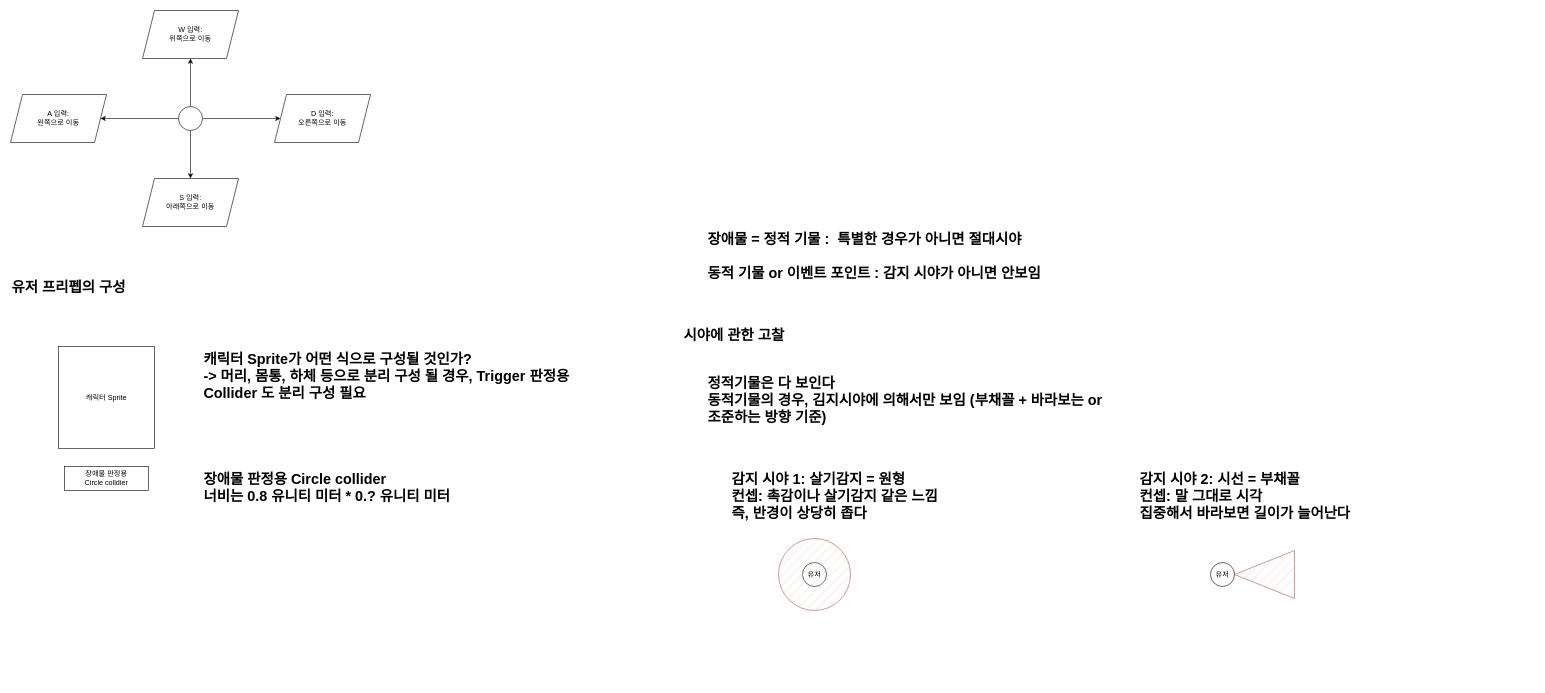
This is page "기본" (1 of 2) of documents/System_User.drawio from VanSubstance/To-the-North, a draw.io file, before an edit. Source tidied: cells renumbered, new cells numbered last; positions are measured from the earlier drawing's top-left corner, leaving out a move shared by most shapes. Both pictures are drawn from the tidied source at 60%, with x=0, y=0 at pixel (10, 10).
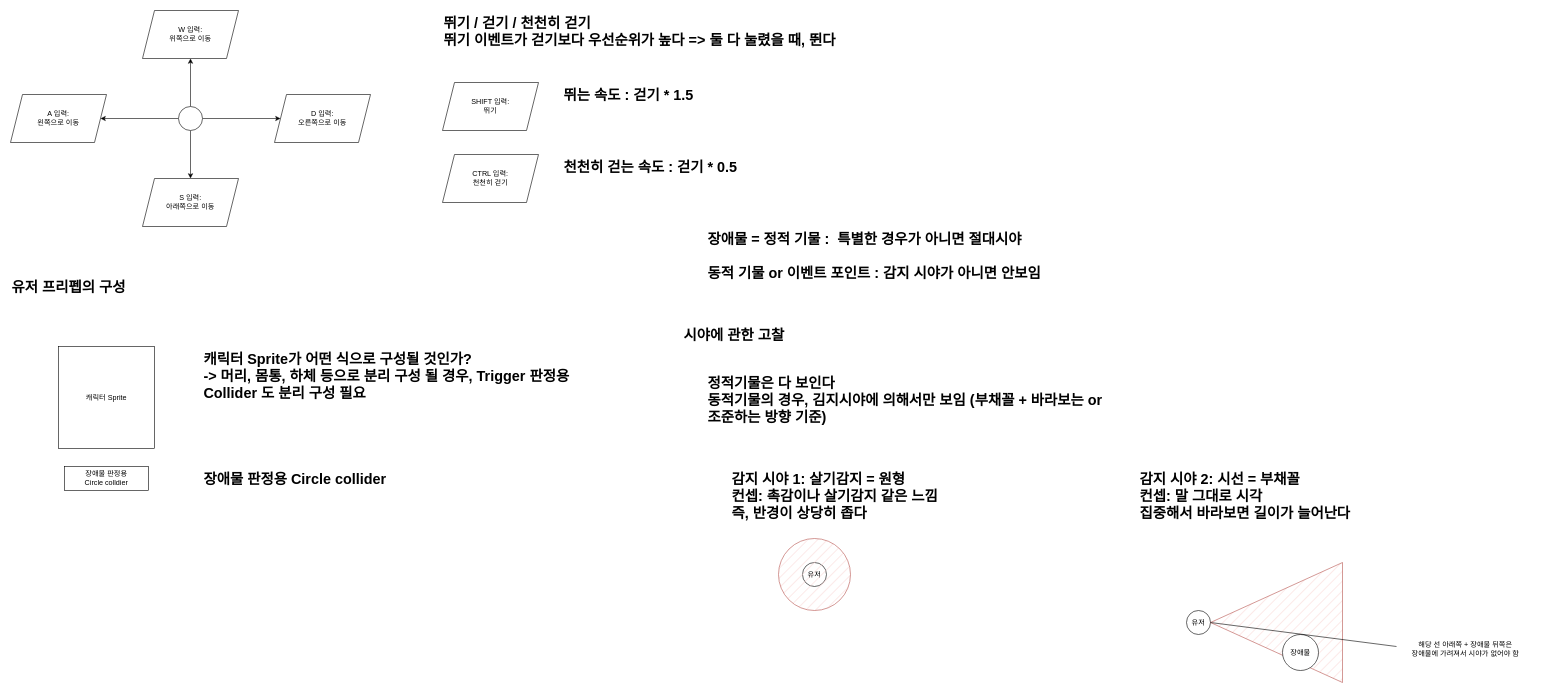
Above is the later version.

Commit message (it also covers changes not shown here):
Add: User Logics

#37 #33

+ 유저 ~ 장애물 관련 로직 CD 반영
+ 특히 유저 시야 관련 구조 추가됨

The edit, as a diff of the source:
```diff
@@
-    <mxCell id="15" value="장애물 판정용 Circle collider&lt;br&gt;너비는 0.8 유니티 미터 * 0.? 유니티 미터" style="text;html=1;strokeColor=none;fillColor=none;align=left;verticalAlign=top;whiteSpace=wrap;rounded=0;fontStyle=1;fontSize=24;" parent="1" vertex="1">
+    <mxCell id="15" value="장애물 판정용 Circle collider" style="text;html=1;strokeColor=none;fillColor=none;align=left;verticalAlign=top;whiteSpace=wrap;rounded=0;fontStyle=1;fontSize=24;" parent="1" vertex="1">
       <mxGeometry x="320" y="760" width="680" height="120" as="geometry" />
     </mxCell>
@@
     <mxCell id="22" value="유저" style="ellipse;whiteSpace=wrap;html=1;" parent="1" vertex="1">
-      <mxGeometry x="2000" y="920" width="40" height="40" as="geometry" />
+      <mxGeometry x="1960" y="1000" width="40" height="40" as="geometry" />
     </mxCell>
@@
     <mxCell id="24" style="triangle;whiteSpace=wrap;html=1;rotation=-180;fillColor=#f8cecc;strokeColor=#b85450;fillStyle=hatch;" parent="1" vertex="1">
-      <mxGeometry x="2040" y="900" width="100" height="80" as="geometry" />
+      <mxGeometry x="2000" y="920" width="220" height="200" as="geometry" />
     </mxCell>
+    <mxCell id="25" value="장애물" style="ellipse;whiteSpace=wrap;html=1;" parent="1" vertex="1">
+      <mxGeometry x="2120" y="1040" width="60" height="60" as="geometry" />
+    </mxCell>
+    <mxCell id="26" style="endArrow=none;html=1;rounded=0;entryX=1;entryY=0.5;entryDx=0;entryDy=0;" parent="1" edge="1" target="24">
+      <mxGeometry relative="1" as="geometry">
+        <mxPoint x="2310" y="1060" as="sourcePoint" />
+      </mxGeometry>
+    </mxCell>
+    <mxCell id="27" value="해당 선 아래쪽 + 장애물 뒤쪽은 &lt;br&gt;장애물에 가려져서 시야가 없어야 함" style="text;html=1;strokeColor=none;fillColor=none;align=center;verticalAlign=middle;whiteSpace=wrap;rounded=0;" parent="1" vertex="1">
+      <mxGeometry x="2310" y="1050" width="230" height="30" as="geometry" />
+    </mxCell>
+    <mxCell id="28" value="SHIFT 입력:&lt;br&gt;뛰기" style="shape=parallelogram;perimeter=parallelogramPerimeter;whiteSpace=wrap;html=1;fixedSize=1;" parent="1" vertex="1">
+      <mxGeometry x="720" y="120" width="160" height="80" as="geometry" />
+    </mxCell>
+    <mxCell id="29" value="CTRL 입력:&lt;br&gt;천천히 걷기" style="shape=parallelogram;perimeter=parallelogramPerimeter;whiteSpace=wrap;html=1;fixedSize=1;" parent="1" vertex="1">
+      <mxGeometry x="720" y="240" width="160" height="80" as="geometry" />
+    </mxCell>
+    <mxCell id="30" value="뛰기 / 걷기 / 천천히 걷기&lt;br&gt;뛰기 이벤트가 걷기보다 우선순위가 높다 =&amp;gt; 둘 다 눌렸을 때, 뛴다" style="text;html=1;strokeColor=none;fillColor=none;align=left;verticalAlign=top;whiteSpace=wrap;rounded=0;fontStyle=1;fontSize=24;" parent="1" vertex="1">
+      <mxGeometry x="720" width="760" height="80" as="geometry" />
+    </mxCell>
+    <mxCell id="31" value="뛰는 속도 : 걷기 * 1.5" style="text;html=1;strokeColor=none;fillColor=none;align=left;verticalAlign=top;whiteSpace=wrap;rounded=0;fontStyle=1;fontSize=24;" parent="1" vertex="1">
+      <mxGeometry x="920" y="120" width="760" height="80" as="geometry" />
+    </mxCell>
+    <mxCell id="32" value="천천히 걷는 속도 : 걷기 * 0.5" style="text;html=1;strokeColor=none;fillColor=none;align=left;verticalAlign=top;whiteSpace=wrap;rounded=0;fontStyle=1;fontSize=24;" parent="1" vertex="1">
+      <mxGeometry x="920" y="240" width="760" height="80" as="geometry" />
+    </mxCell>
```
